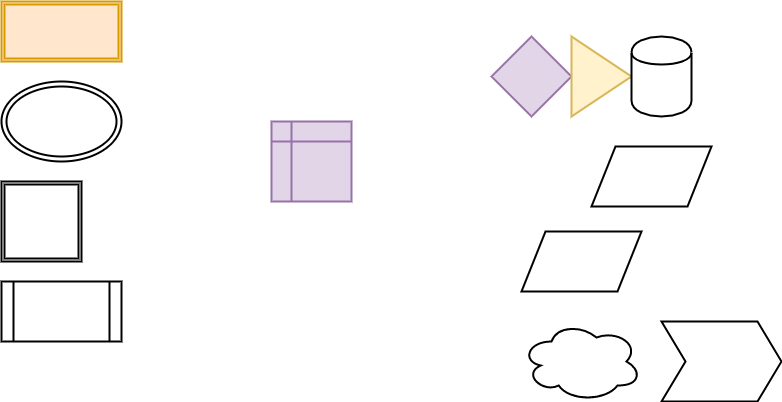
Before: images/Second.png, a diagram exported from draw.io (ibalabala/test). Source tidied: cells renumbered, new cells last; positions are measured from the earlier drawing's top-left corner, leaving out a move shared by most shapes.
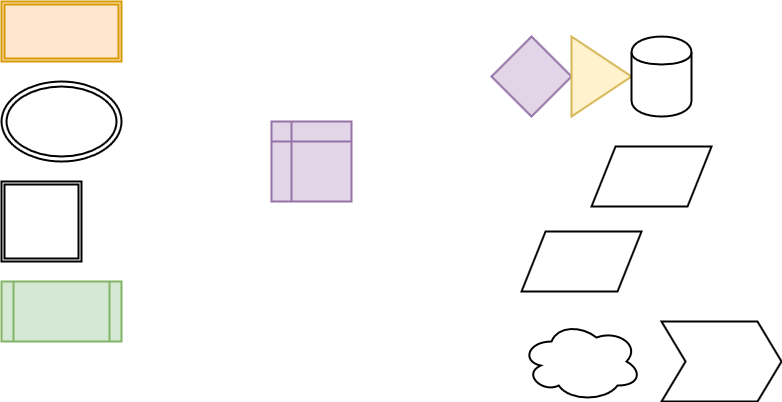
After the change.

Change to the diagram source:
```diff
@@ -11,7 +11,7 @@
     <mxCell id="4" style="shape=ext;double=1;whiteSpace=wrap;html=1;labelBackgroundColor=#FFFF33;strokeWidth=2;fontColor=#3333FF;" parent="1" vertex="1">
       <mxGeometry y="180" width="80" height="80" as="geometry" />
     </mxCell>
-    <mxCell id="5" style="shape=process;whiteSpace=wrap;html=1;labelBackgroundColor=#FFFF33;strokeWidth=2;fontColor=#3333FF;" parent="1" vertex="1">
+    <mxCell id="5" style="shape=process;whiteSpace=wrap;html=1;labelBackgroundColor=#FFFF33;strokeWidth=2;fontColor=#3333FF;fillColor=#d5e8d4;strokeColor=#82b366;" parent="1" vertex="1">
       <mxGeometry y="280" width="120" height="60" as="geometry" />
     </mxCell>
     <mxCell id="6" style="shape=internalStorage;whiteSpace=wrap;html=1;labelBackgroundColor=#FFFF33;strokeWidth=2;fontColor=#3333FF;fillColor=#e1d5e7;strokeColor=#9673a6;" parent="1" vertex="1">
```
